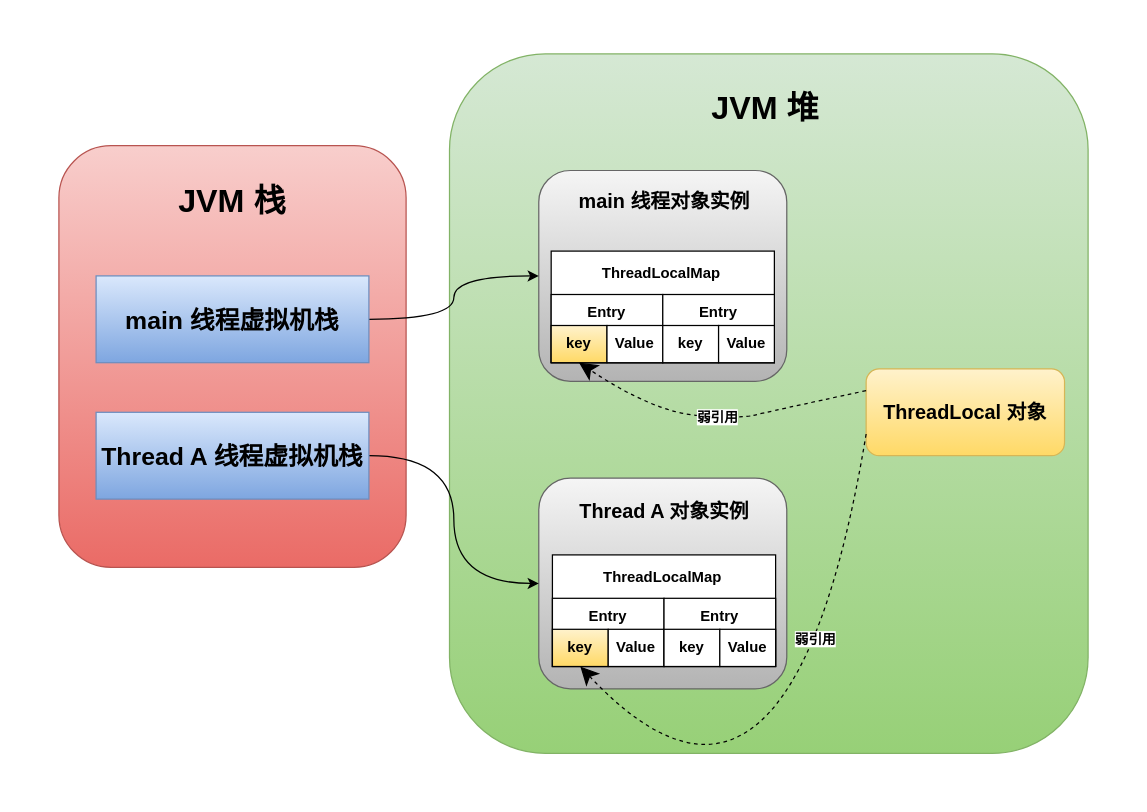
The draw.io diagram Concurrent/ThreadLocal/ThreadLocal-demo.drawio in Muggle666/PicGo, before the edit. Source tidied: cells renumbered, new cells numbered last; positions are measured from the earlier drawing's top-left corner, leaving out a move shared by most shapes. Both pictures are drawn from the tidied source at 124%, with x=0, y=0 at pixel (58, 53).
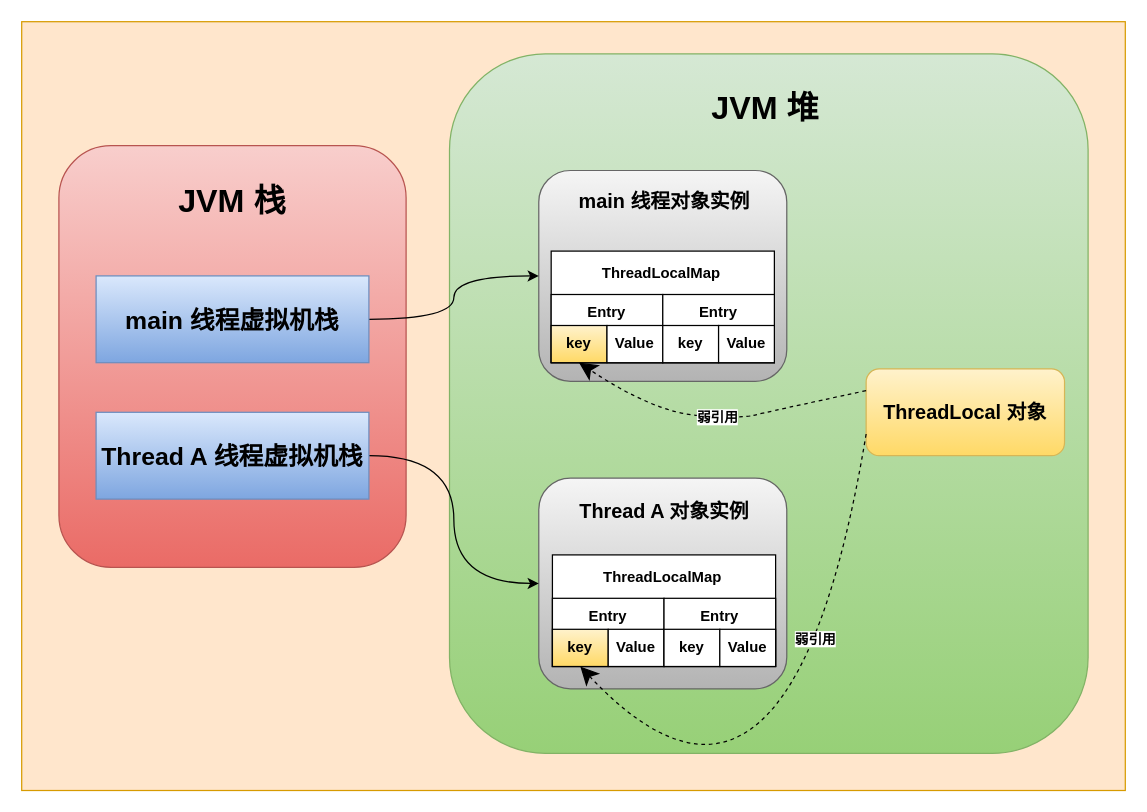
The same page after the edit.

What changed in the source:
```diff
@@
+    <mxCell id="37" style="rounded=0;whiteSpace=wrap;html=1;strokeColor=#d79b00;fillColor=#ffe6cc;" parent="1" vertex="1">
+      <mxGeometry x="-30" y="-26" width="890" height="620" as="geometry" />
+    </mxCell>
```
